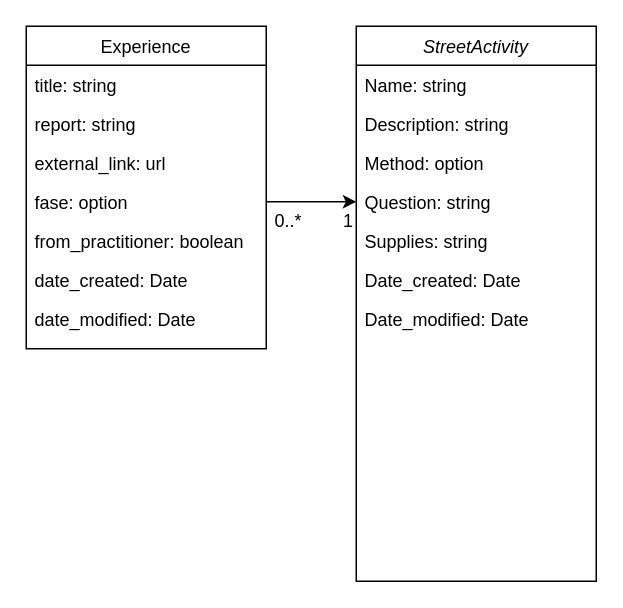
Above: architecture/streetactivity_domainmodel.drawio in MxTheo/travelingguestbook (draw.io), before the change. Source tidied: cells renumbered, new cells numbered last; positions are measured from the earlier drawing's top-left corner, leaving out a move shared by most shapes. Both pictures are drawn from the tidied source at 150%, with x=0, y=0 at pixel (26, 26).
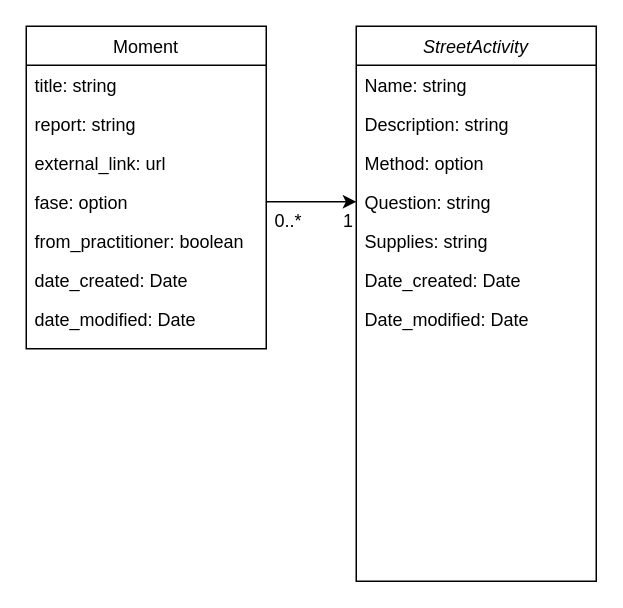
Above is the later version.

What changed in the source:
```diff
@@
-    <mxCell id="10" value="Experience" style="swimlane;fontStyle=0;align=center;verticalAlign=top;horizontal=1;startSize=26;rounded=0;shadow=0;strokeWidth=1;" parent="1" vertex="1">
+    <mxCell id="10" value="Moment" style="swimlane;fontStyle=0;align=center;verticalAlign=top;horizontal=1;startSize=26;rounded=0;shadow=0;strokeWidth=1;" parent="1" vertex="1">
       <mxGeometry width="160" height="215" as="geometry" />
     </mxCell>
```
